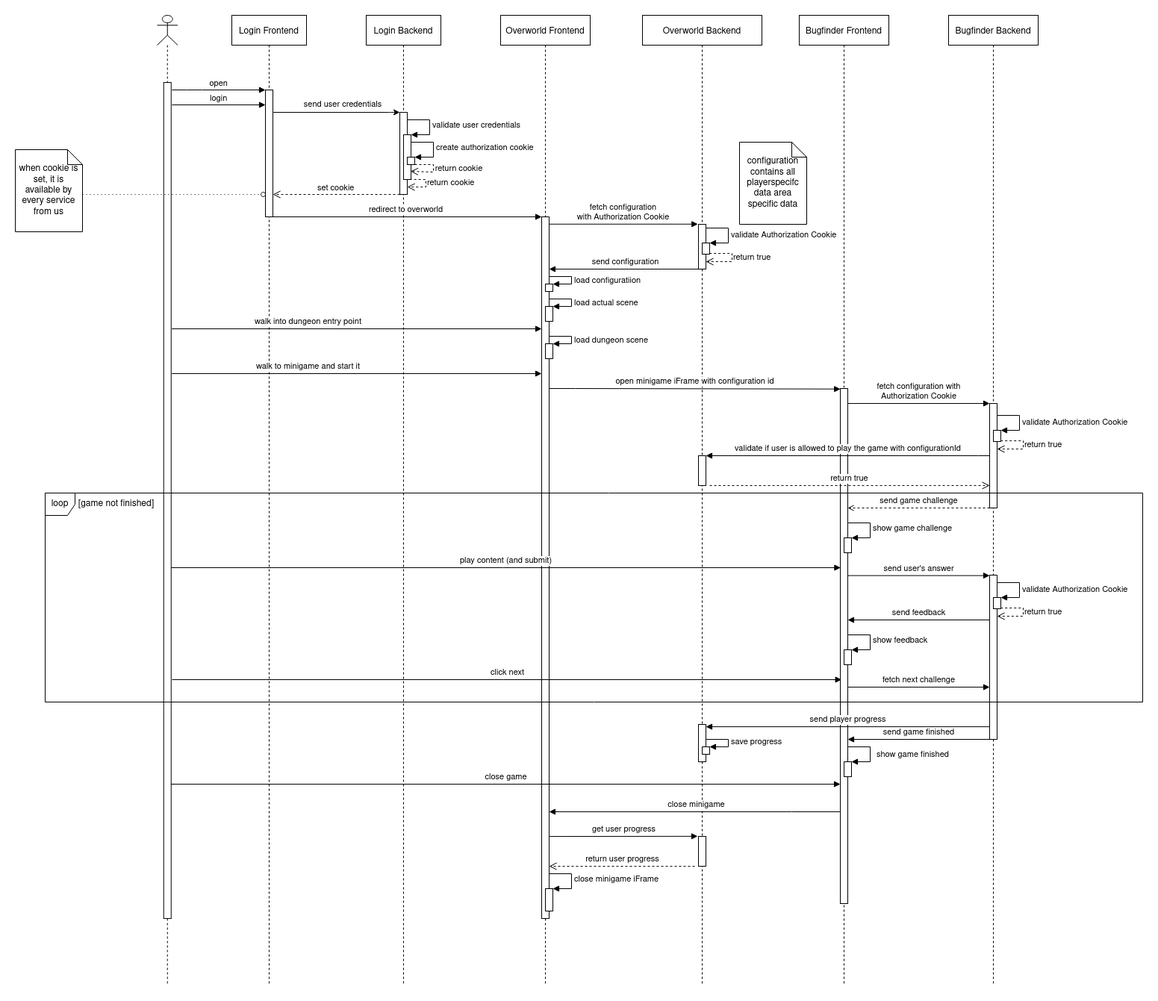
Earlier version of the draw.io export dev-manuals/services/sequence-diagram_(editable-with-drawio).png (Gamify-IT/docs). Source tidied: cells renumbered, new cells last; positions are measured from the earlier drawing's top-left corner, leaving out a move shared by most shapes.
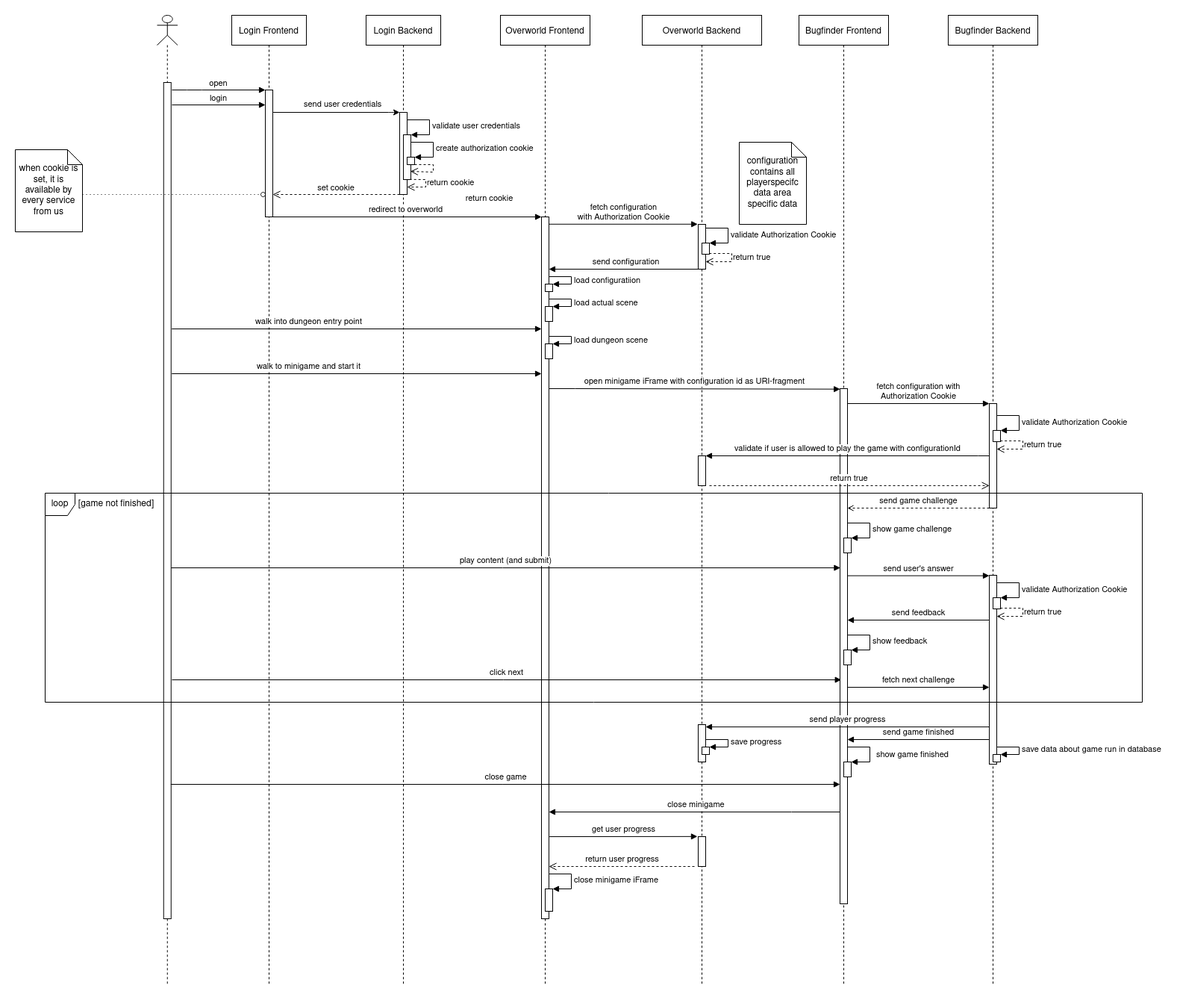
After the commit.

Commit message:
specify forwarding of configuration id and add save of game run

The edit, as a diff of the source:
```diff
@@ -43,7 +43,7 @@
       </mxGeometry>
     </mxCell>
     <mxCell id="10" style="perimeter=orthogonalPerimeter;rounded=0;shadow=0;strokeWidth=1;" parent="2" vertex="1">
-      <mxGeometry x="55" y="750" width="10" height="220" as="geometry" />
+      <mxGeometry x="55" y="750" width="10" height="253" as="geometry" />
     </mxCell>
     <mxCell id="11" style="group;" parent="2" vertex="1">
       <mxGeometry x="60" y="760" width="40" height="45" as="geometry" />
@@ -68,6 +68,17 @@
         </Array>
       </mxGeometry>
     </mxCell>
+    <mxCell id="83" style="html=1;points=[];perimeter=orthogonalPerimeter;fillColor=default;" parent="2" vertex="1">
+      <mxGeometry x="60" y="990" width="10" height="10" as="geometry" />
+    </mxCell>
+    <mxCell id="84" value="save data about game run in database" style="edgeStyle=orthogonalEdgeStyle;html=1;align=left;spacingLeft=2;endArrow=block;rounded=0;entryX=1;entryY=0;" parent="2" edge="1" target="83">
+      <mxGeometry relative="1" as="geometry">
+        <mxPoint x="65" y="980" as="sourcePoint" />
+        <Array as="points">
+          <mxPoint x="95" y="980" />
+        </Array>
+      </mxGeometry>
+    </mxCell>
     <mxCell id="15" value="send configuration" style="html=1;verticalAlign=bottom;endArrow=block;rounded=0;" parent="1" edge="1" target="33">
       <mxGeometry relative="1" as="geometry">
         <mxPoint x="920" y="340" as="sourcePoint" />
@@ -362,7 +373,7 @@
         </Array>
       </mxGeometry>
     </mxCell>
-    <mxCell id="70" value="open minigame iFrame with configuration id" style="html=1;verticalAlign=bottom;endArrow=block;rounded=0;entryX=0.019;entryY=0.001;entryDx=0;entryDy=0;entryPerimeter=0;" parent="1" edge="1" source="33" target="57">
+    <mxCell id="70" value="open minigame iFrame with configuration id as URI-fragment" style="html=1;verticalAlign=bottom;endArrow=block;rounded=0;entryX=0.019;entryY=0.001;entryDx=0;entryDy=0;entryPerimeter=0;" parent="1" edge="1" source="33" target="57">
       <mxGeometry relative="1" as="geometry">
         <Array as="points">
           <mxPoint x="750" y="500" />
```
